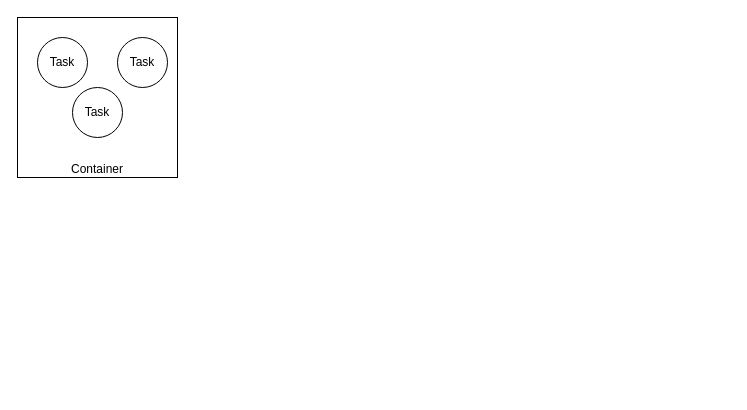
Before: task_and_container.drawio in stakiran/work_of_systematization_of_taskmanagement, a draw.io diagram. Source tidied: cells renumbered, new cells numbered last; positions are measured from the earlier drawing's top-left corner, leaving out a move shared by most shapes. Both pictures are drawn from the tidied source at 100%, with x=0, y=0 at pixel (17, 17).
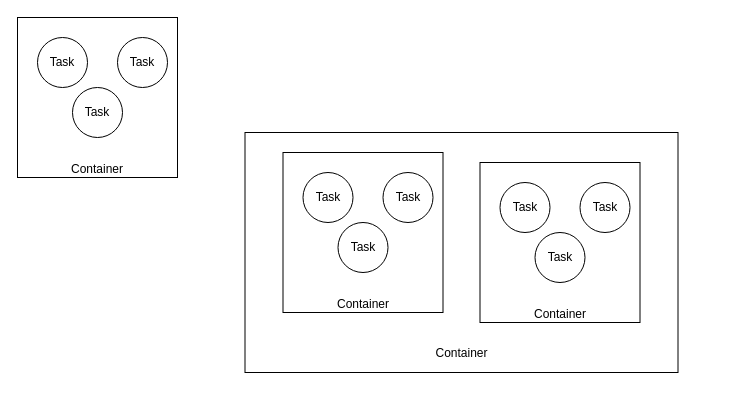
Above is the later version.

Commit message:
add also n-container

Change to the diagram source:
```diff
@@
 <mxGraphModel>
   <root>
     <mxCell id="0" />
     <mxCell id="1" parent="0" />
     <mxCell id="2" style="group;" parent="1" vertex="1">
       <mxGeometry width="160" height="160" as="geometry" />
     </mxCell>
     <mxCell id="3" value="&lt;br&gt;&lt;br&gt;&lt;br&gt;&lt;br&gt;&lt;br&gt;&lt;br&gt;&lt;br&gt;&lt;br&gt;&lt;br&gt;&lt;br&gt;Container" style="whiteSpace=wrap;html=1;" parent="2" vertex="1">
       <mxGeometry width="160" height="160" as="geometry" />
     </mxCell>
     <mxCell id="4" value="Task" style="ellipse;whiteSpace=wrap;html=1;" parent="2" vertex="1">
       <mxGeometry x="20" y="20" width="50" height="50" as="geometry" />
     </mxCell>
     <mxCell id="5" value="Task" style="ellipse;whiteSpace=wrap;html=1;" parent="2" vertex="1">
       <mxGeometry x="100" y="20" width="50" height="50" as="geometry" />
     </mxCell>
     <mxCell id="6" value="Task" style="ellipse;whiteSpace=wrap;html=1;" parent="2" vertex="1">
       <mxGeometry x="55" y="70" width="50" height="50" as="geometry" />
     </mxCell>
+    <mxCell id="7" style="group;" parent="1" vertex="1">
+      <mxGeometry x="227.5" y="65" width="485" height="310" as="geometry" />
+    </mxCell>
+    <mxCell id="8" value="&lt;br&gt;&lt;br&gt;&lt;br&gt;&lt;br&gt;&lt;br&gt;&lt;br&gt;&lt;br&gt;&lt;br&gt;&lt;br&gt;&lt;br&gt;&lt;br&gt;&lt;br&gt;&lt;br&gt;&lt;br&gt;Container" style="rounded=0;whiteSpace=wrap;html=1;" parent="7" vertex="1">
+      <mxGeometry y="50" width="433" height="240" as="geometry" />
+    </mxCell>
+    <mxCell id="9" style="group;" parent="7" vertex="1">
+      <mxGeometry x="235" y="80" width="250" height="180" as="geometry" />
+    </mxCell>
+    <mxCell id="10" value="&lt;br&gt;&lt;br&gt;&lt;br&gt;&lt;br&gt;&lt;br&gt;&lt;br&gt;&lt;br&gt;&lt;br&gt;&lt;br&gt;&lt;br&gt;Container" style="whiteSpace=wrap;html=1;" parent="9" vertex="1">
+      <mxGeometry width="160" height="160" as="geometry" />
+    </mxCell>
+    <mxCell id="11" value="Task" style="ellipse;whiteSpace=wrap;html=1;" parent="9" vertex="1">
+      <mxGeometry x="20" y="20" width="50" height="50" as="geometry" />
+    </mxCell>
+    <mxCell id="12" value="Task" style="ellipse;whiteSpace=wrap;html=1;" parent="9" vertex="1">
+      <mxGeometry x="100" y="20" width="50" height="50" as="geometry" />
+    </mxCell>
+    <mxCell id="13" value="Task" style="ellipse;whiteSpace=wrap;html=1;" parent="9" vertex="1">
+      <mxGeometry x="55" y="70" width="50" height="50" as="geometry" />
+    </mxCell>
+    <mxCell id="14" style="group;" parent="7" vertex="1">
+      <mxGeometry x="38" y="70" width="160" height="160" as="geometry" />
+    </mxCell>
+    <mxCell id="15" value="&lt;br&gt;&lt;br&gt;&lt;br&gt;&lt;br&gt;&lt;br&gt;&lt;br&gt;&lt;br&gt;&lt;br&gt;&lt;br&gt;&lt;br&gt;Container" style="whiteSpace=wrap;html=1;" parent="14" vertex="1">
+      <mxGeometry width="160" height="160" as="geometry" />
+    </mxCell>
+    <mxCell id="16" value="Task" style="ellipse;whiteSpace=wrap;html=1;" parent="14" vertex="1">
+      <mxGeometry x="20" y="20" width="50" height="50" as="geometry" />
+    </mxCell>
+    <mxCell id="17" value="Task" style="ellipse;whiteSpace=wrap;html=1;" parent="14" vertex="1">
+      <mxGeometry x="100" y="20" width="50" height="50" as="geometry" />
+    </mxCell>
+    <mxCell id="18" value="Task" style="ellipse;whiteSpace=wrap;html=1;" parent="14" vertex="1">
+      <mxGeometry x="55" y="70" width="50" height="50" as="geometry" />
+    </mxCell>
   </root>
 </mxGraphModel>
```
